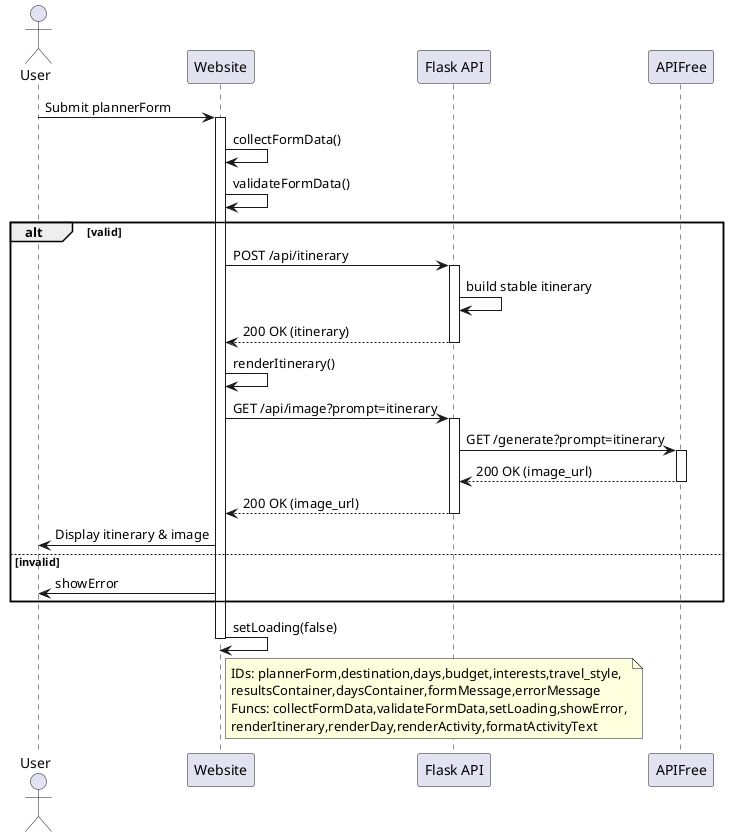
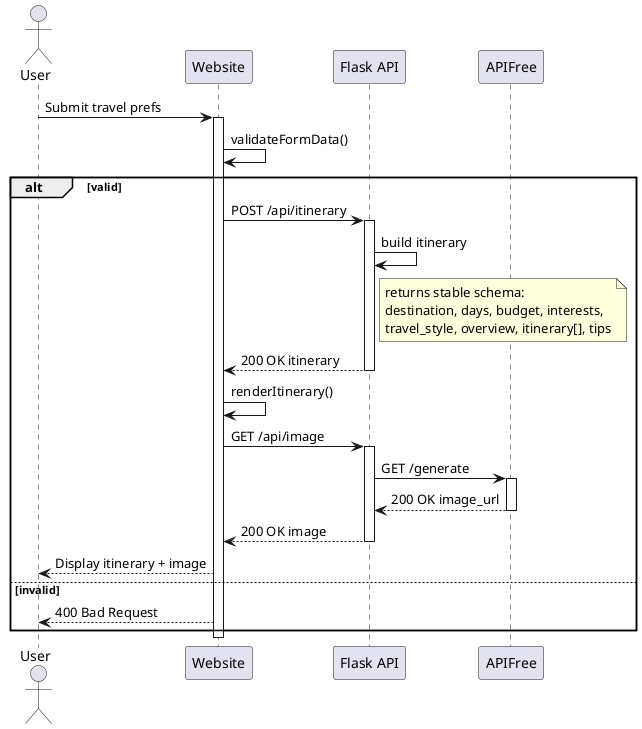
@startuml
actor User
participant Website
- participant "Flask API" as API
+ participant "Flask API" as FlaskAPI
participant APIFree

- User -> Website: Submit plannerForm
+ User -> Website: Submit travel prefs
activate Website
- Website -> Website: collectFormData()
Website -> Website: validateFormData()
alt valid
-   Website -> API: POST /api/itinerary
-   activate API
-   API -> API: build stable itinerary
-   API --> Website: 200 OK (itinerary)
-   deactivate API
+   Website -> FlaskAPI: POST /api/itinerary
+   activate FlaskAPI
+   FlaskAPI -> FlaskAPI: build itinerary
+   note right of FlaskAPI: returns stable schema:\ndestination, days, budget, interests,\ntravel_style, overview, itinerary[], tips
+   FlaskAPI --> Website: 200 OK itinerary
+   deactivate FlaskAPI
+ 
  Website -> Website: renderItinerary()
-   Website -> API: GET /api/image?prompt=itinerary
-   activate API
-   API -> APIFree: GET /generate?prompt=itinerary
+   Website -> FlaskAPI: GET /api/image
+   activate FlaskAPI
+   FlaskAPI -> APIFree: GET /generate
  activate APIFree
-   APIFree --> API: 200 OK (image_url)
+   APIFree --> FlaskAPI: 200 OK image_url
  deactivate APIFree
-   API --> Website: 200 OK (image_url)
-   deactivate API
-   Website -> User: Display itinerary & image
+   FlaskAPI --> Website: 200 OK image
+   deactivate FlaskAPI
+ 
+   Website --> User: Display itinerary + image
else invalid
-   Website -> User: showError
+   Website --> User: 400 Bad Request
end
- Website -> Website: setLoading(false)
deactivate Website
- 
- note right of Website
- IDs: plannerForm,destination,days,budget,interests,travel_style,
- resultsContainer,daysContainer,formMessage,errorMessage
- Funcs: collectFormData,validateFormData,setLoading,showError,
- renderItinerary,renderDay,renderActivity,formatActivityText
- end note
@enduml